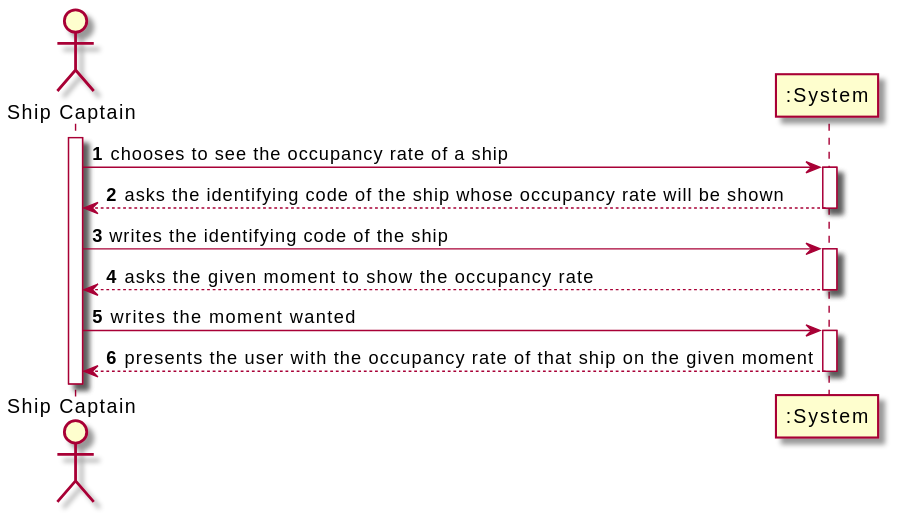
This is docs/Sprint 2/US208/US208_SSD.svg from RuiRioPina/CargoMaster, a PlantUML export, as it was before one commit.
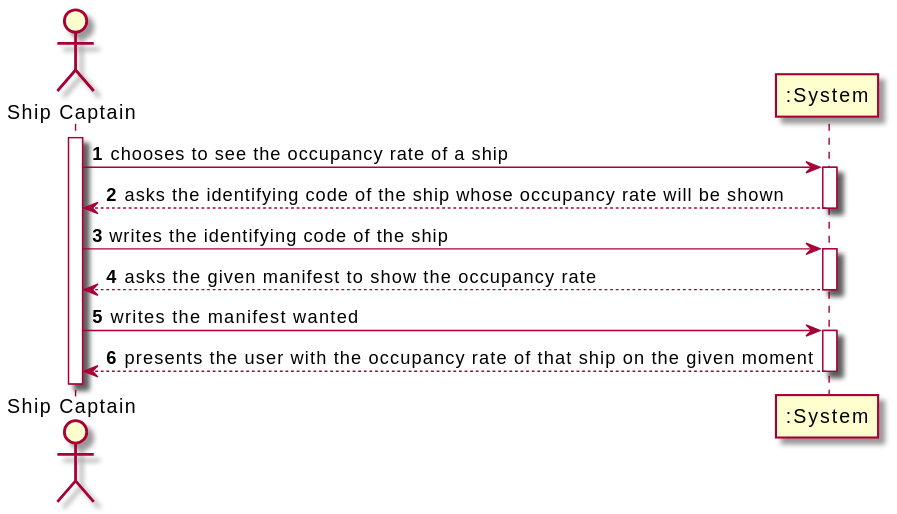
After the change.

Change to the diagram source:
```diff
@@ -12,10 +12,10 @@
 Rec -> ":System" : writes the identifying code of the ship
 activate ":System"
 
-":System" --> Rec : asks the given moment to show the occupancy rate
+":System" --> Rec : asks the given manifest to show the occupancy rate
 deactivate ":System"
 
-Rec -> ":System" : writes the moment wanted
+Rec -> ":System" : writes the manifest wanted
 activate ":System"
 
 ":System" --> Rec : presents the user with the occupancy rate of that ship on the given moment
```
